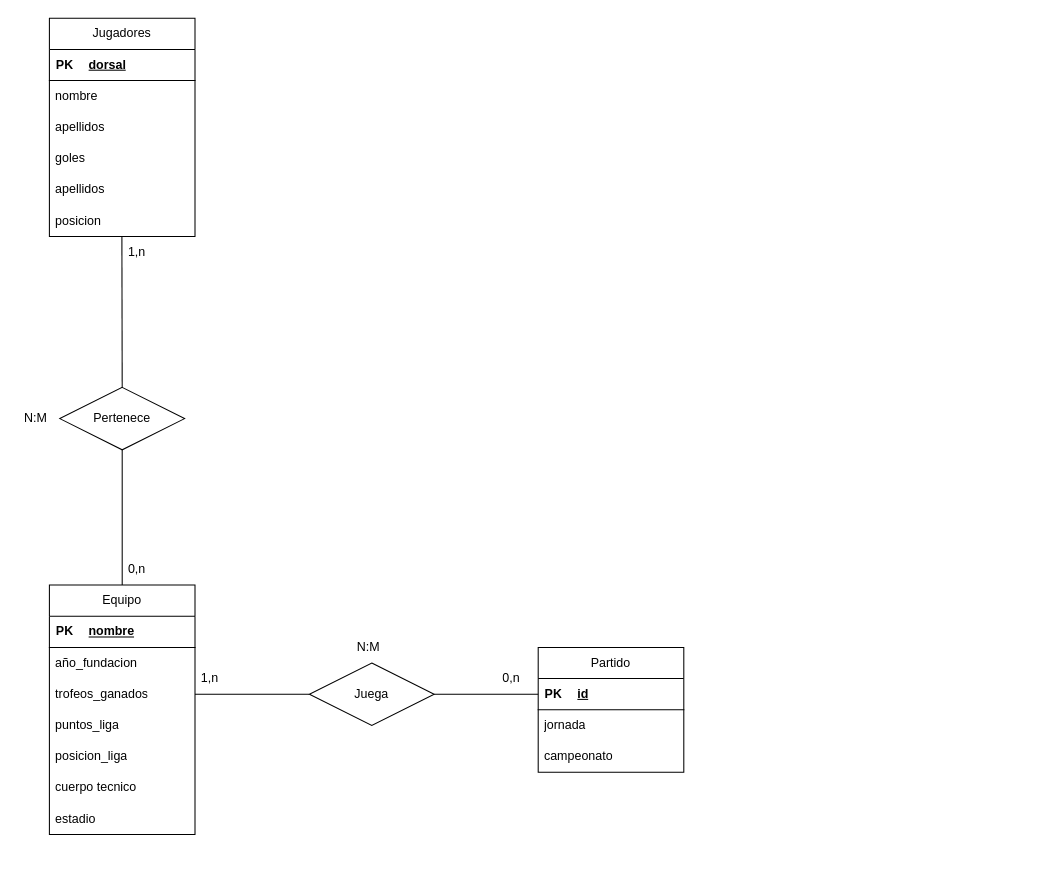
The draw.io diagram Ejercicio10.drawio in Daninuro/diagrames-cvf-dn-mpl-n-11102023, before the edit. Source tidied: cells renumbered, new cells numbered last; positions are measured from the earlier drawing's top-left corner, leaving out a move shared by most shapes. Both pictures are drawn from the tidied source at 104%, with x=0, y=0 at pixel (18, 18).
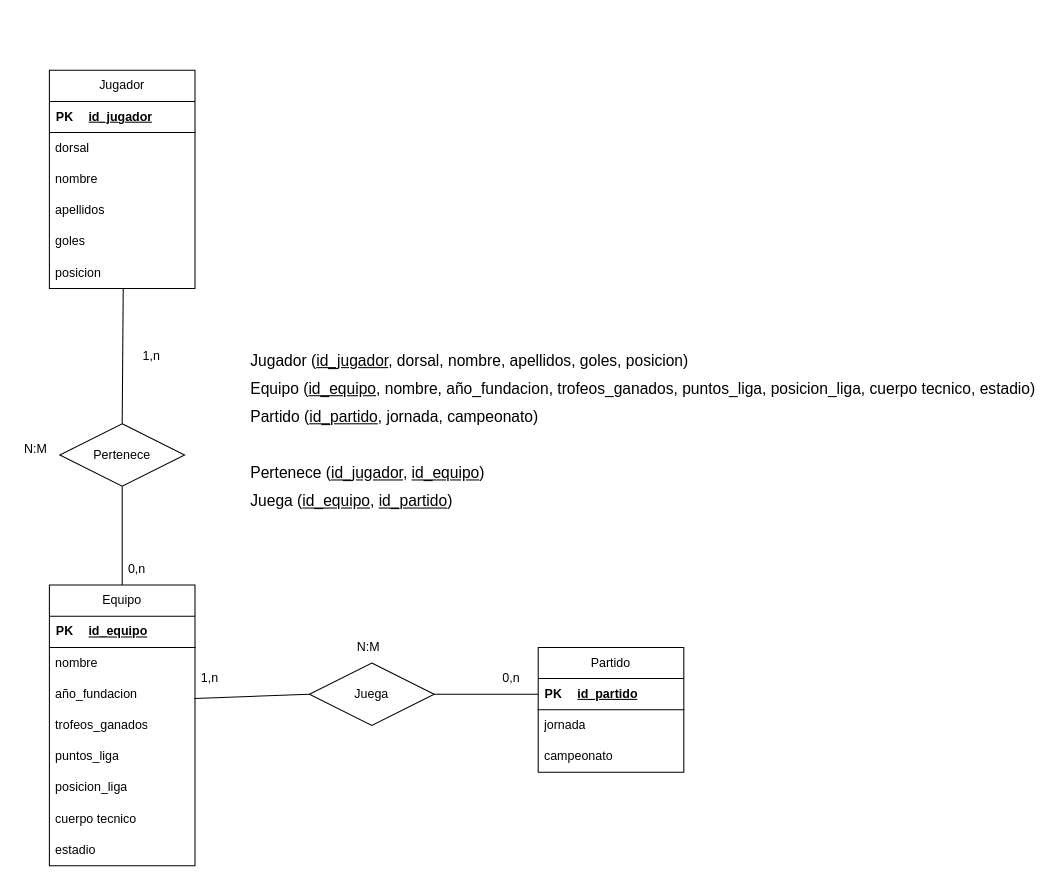
Above is the later version.

The change refers to these unchanged cells:
```xml
<mxCell id="4" style="shape=tableRow;horizontal=0;startSize=0;swimlaneHead=0;swimlaneBody=0;fillColor=none;top=0;left=0;right=0;bottom=1;" parent="3" vertex="1">
  <mxGeometry width="140" height="30" as="geometry" />
</mxCell>
<mxCell id="15" style="shape=tableRow;horizontal=0;startSize=0;swimlaneHead=0;swimlaneBody=0;fillColor=none;top=0;left=0;right=0;bottom=1;" parent="14" vertex="1">
  <mxGeometry width="140" height="30" as="geometry" />
</mxCell>
<mxCell id="22" value="posicion" style="text;strokeColor=none;fillColor=none;align=left;verticalAlign=middle;spacingLeft=4;spacingRight=4;overflow=hidden;points=[[0,0.5],[1,0.5]];portConstraint=eastwest;whiteSpace=wrap;html=1;" parent="13" vertex="1">
  <mxGeometry y="180" width="140" height="30" as="geometry" />
</mxCell>
<mxCell id="25" style="shape=tableRow;horizontal=0;startSize=0;swimlaneHead=0;swimlaneBody=0;fillColor=none;points=[[0,0.5],[1,0.5]];portConstraint=eastwest;top=0;left=0;right=0;bottom=1;" parent="24" vertex="1">
  <mxGeometry width="140" height="30" as="geometry" />
</mxCell>
<mxCell id="36" value="Juega" style="shape=rhombus;perimeter=rhombusPerimeter;whiteSpace=wrap;html=1;align=center;" parent="1" vertex="1">
  <mxGeometry x="280" y="620" width="120" height="60" as="geometry" />
</mxCell>
```

What changed in the source:
```diff
@@
     <mxCell id="2" value="Equipo" style="swimlane;fontStyle=0;horizontal=1;startSize=30;whiteSpace=wrap;html=1;" parent="1" vertex="1">
-      <mxGeometry x="30" y="545" width="140" height="240" as="geometry" />
+      <mxGeometry x="30" y="545" width="140" height="270" as="geometry" />
     </mxCell>
@@
-    <mxCell id="6" value="nombre" style="shape=partialRectangle;fillColor=none;top=0;left=0;bottom=0;right=0;align=left;spacingLeft=6;fontStyle=5;overflow=hidden;whiteSpace=wrap;html=1;" parent="4" vertex="1">
+    <mxCell id="6" value="id_equipo" style="shape=partialRectangle;fillColor=none;top=0;left=0;bottom=0;right=0;align=left;spacingLeft=6;fontStyle=5;overflow=hidden;whiteSpace=wrap;html=1;" parent="4" vertex="1">
       <mxGeometry x="30" width="110" height="30" as="geometry" />
     </mxCell>
+    <mxCell id="42" value="nombre" style="text;strokeColor=none;fillColor=none;align=left;verticalAlign=middle;spacingLeft=4;spacingRight=4;overflow=hidden;whiteSpace=wrap;html=1;" parent="2" vertex="1">
+      <mxGeometry y="60" width="140" height="30" as="geometry" />
+    </mxCell>
     <mxCell id="7" value="año_fundacion" style="text;strokeColor=none;fillColor=none;align=left;verticalAlign=middle;spacingLeft=4;spacingRight=4;overflow=hidden;points=[[0,0.5],[1,0.5]];portConstraint=eastwest;whiteSpace=wrap;html=1;" parent="2" vertex="1">
-      <mxGeometry y="60" width="140" height="30" as="geometry" />
+      <mxGeometry y="90" width="140" height="30" as="geometry" />
     </mxCell>
     <mxCell id="8" value="trofeos_ganados" style="text;strokeColor=none;fillColor=none;align=left;verticalAlign=middle;spacingLeft=4;spacingRight=4;overflow=hidden;points=[[0,0.5],[1,0.5]];portConstraint=eastwest;whiteSpace=wrap;html=1;" parent="2" vertex="1">
-      <mxGeometry y="90" width="140" height="30" as="geometry" />
+      <mxGeometry y="120" width="140" height="30" as="geometry" />
     </mxCell>
     <mxCell id="9" value="puntos_liga" style="text;strokeColor=none;fillColor=none;align=left;verticalAlign=middle;spacingLeft=4;spacingRight=4;overflow=hidden;whiteSpace=wrap;html=1;" parent="2" vertex="1">
-      <mxGeometry y="120" width="140" height="30" as="geometry" />
+      <mxGeometry y="150" width="140" height="30" as="geometry" />
     </mxCell>
     <mxCell id="10" value="posicion_liga" style="text;strokeColor=none;fillColor=none;align=left;verticalAlign=middle;spacingLeft=4;spacingRight=4;overflow=hidden;whiteSpace=wrap;html=1;" parent="2" vertex="1">
-      <mxGeometry y="150" width="140" height="30" as="geometry" />
+      <mxGeometry y="180" width="140" height="30" as="geometry" />
     </mxCell>
     <mxCell id="11" value="cuerpo tecnico" style="text;strokeColor=none;fillColor=none;align=left;verticalAlign=middle;spacingLeft=4;spacingRight=4;overflow=hidden;whiteSpace=wrap;html=1;" parent="2" vertex="1">
-      <mxGeometry y="180" width="140" height="30" as="geometry" />
+      <mxGeometry y="210" width="140" height="30" as="geometry" />
     </mxCell>
     <mxCell id="12" value="estadio" style="text;strokeColor=none;fillColor=none;align=left;verticalAlign=middle;spacingLeft=4;spacingRight=4;overflow=hidden;whiteSpace=wrap;html=1;" parent="2" vertex="1">
-      <mxGeometry y="210" width="140" height="30" as="geometry" />
+      <mxGeometry y="240" width="140" height="30" as="geometry" />
     </mxCell>
-    <mxCell id="13" value="Jugadores" style="swimlane;fontStyle=0;horizontal=1;startSize=30;whiteSpace=wrap;html=1;" parent="1" vertex="1">
-      <mxGeometry x="30" width="140" height="210" as="geometry" />
+    <mxCell id="13" value="Jugador" style="swimlane;fontStyle=0;horizontal=1;startSize=30;whiteSpace=wrap;html=1;" parent="1" vertex="1">
+      <mxGeometry x="30" y="50" width="140" height="210" as="geometry" />
     </mxCell>
@@
-    <mxCell id="17" value="dorsal" style="shape=partialRectangle;fillColor=none;top=0;left=0;bottom=0;right=0;align=left;spacingLeft=6;fontStyle=5;overflow=hidden;whiteSpace=wrap;html=1;" parent="15" vertex="1">
+    <mxCell id="17" value="id_jugador" style="shape=partialRectangle;fillColor=none;top=0;left=0;bottom=0;right=0;align=left;spacingLeft=6;fontStyle=5;overflow=hidden;whiteSpace=wrap;html=1;" parent="15" vertex="1">
       <mxGeometry x="30" width="110" height="30" as="geometry" />
     </mxCell>
+    <mxCell id="43" value="dorsal" style="text;strokeColor=none;fillColor=none;align=left;verticalAlign=middle;spacingLeft=4;spacingRight=4;overflow=hidden;whiteSpace=wrap;html=1;" parent="13" vertex="1">
+      <mxGeometry y="60" width="140" height="30" as="geometry" />
+    </mxCell>
     <mxCell id="18" value="nombre" style="text;strokeColor=none;fillColor=none;align=left;verticalAlign=middle;spacingLeft=4;spacingRight=4;overflow=hidden;whiteSpace=wrap;html=1;" parent="13" vertex="1">
-      <mxGeometry y="60" width="140" height="30" as="geometry" />
+      <mxGeometry y="90" width="140" height="30" as="geometry" />
     </mxCell>
     <mxCell id="19" value="apellidos" style="text;strokeColor=none;fillColor=none;align=left;verticalAlign=middle;spacingLeft=4;spacingRight=4;overflow=hidden;whiteSpace=wrap;html=1;" parent="13" vertex="1">
-      <mxGeometry y="90" width="140" height="30" as="geometry" />
+      <mxGeometry y="120" width="140" height="30" as="geometry" />
     </mxCell>
     <mxCell id="20" value="goles" style="text;strokeColor=none;fillColor=none;align=left;verticalAlign=middle;spacingLeft=4;spacingRight=4;overflow=hidden;whiteSpace=wrap;html=1;" parent="13" vertex="1">
-      <mxGeometry y="120" width="140" height="30" as="geometry" />
+      <mxGeometry y="150" width="140" height="30" as="geometry" />
     </mxCell>
-    <mxCell id="21" value="apellidos" style="text;strokeColor=none;fillColor=none;align=left;verticalAlign=middle;spacingLeft=4;spacingRight=4;overflow=hidden;whiteSpace=wrap;html=1;" parent="13" vertex="1">
-      <mxGeometry y="150" width="140" height="30" as="geometry" />
-    </mxCell>
@@
-    <mxCell id="27" value="id" style="shape=partialRectangle;fillColor=none;top=0;left=0;bottom=0;right=0;align=left;spacingLeft=6;fontStyle=5;overflow=hidden;whiteSpace=wrap;html=1;" parent="25" vertex="1">
+    <mxCell id="27" value="id_partido" style="shape=partialRectangle;fillColor=none;top=0;left=0;bottom=0;right=0;align=left;spacingLeft=6;fontStyle=5;overflow=hidden;whiteSpace=wrap;html=1;" parent="25" vertex="1">
       <mxGeometry x="30" width="110" height="30" as="geometry" />
     </mxCell>
@@
     <mxCell id="30" value="Pertenece" style="shape=rhombus;perimeter=rhombusPerimeter;whiteSpace=wrap;html=1;align=center;" parent="1" vertex="1">
-      <mxGeometry x="40" y="355" width="120" height="60" as="geometry" />
+      <mxGeometry x="40" y="390" width="120" height="60" as="geometry" />
     </mxCell>
-    <mxCell id="31" style="endArrow=none;html=1;rounded=0;exitX=0.5;exitY=0;exitDx=0;exitDy=0;entryX=0.498;entryY=1.005;entryDx=0;entryDy=0;entryPerimeter=0;" parent="1" edge="1" source="30">
-      <mxGeometry relative="1" as="geometry">
-        <mxPoint x="99.7" y="210.1" as="targetPoint" />
-      </mxGeometry>
+    <mxCell id="31" style="endArrow=none;html=1;rounded=0;exitX=0.5;exitY=0;exitDx=0;exitDy=0;entryX=0.507;entryY=1.012;entryDx=0;entryDy=0;entryPerimeter=0;" parent="1" edge="1" source="30" target="22">
+      <mxGeometry relative="1" as="geometry" />
     </mxCell>
@@
     <mxCell id="33" value="N:M" style="text;strokeColor=none;fillColor=none;align=left;verticalAlign=middle;spacingLeft=4;spacingRight=4;overflow=hidden;whiteSpace=wrap;html=1;" parent="1" vertex="1">
-      <mxGeometry y="370" width="40" height="30" as="geometry" />
+      <mxGeometry y="400" width="40" height="30" as="geometry" />
     </mxCell>
     <mxCell id="34" value="1,n" style="text;strokeColor=none;fillColor=none;align=left;verticalAlign=middle;spacingLeft=4;spacingRight=4;overflow=hidden;whiteSpace=wrap;html=1;" parent="1" vertex="1">
-      <mxGeometry x="100" y="210" width="40" height="30" as="geometry" />
+      <mxGeometry x="114" y="310" width="40" height="30" as="geometry" />
     </mxCell>
@@
-    <mxCell id="37" style="endArrow=none;html=1;rounded=0;entryX=1;entryY=0.5;entryDx=0;entryDy=0;exitX=0;exitY=0.5;exitDx=0;exitDy=0;" parent="1" edge="1" source="36" target="8">
+    <mxCell id="37" style="endArrow=none;html=1;rounded=0;entryX=0.996;entryY=0.637;entryDx=0;entryDy=0;exitX=0;exitY=0.5;exitDx=0;exitDy=0;entryPerimeter=0;" parent="1" edge="1" source="36" target="7">
       <mxGeometry relative="1" as="geometry" />
     </mxCell>
@@
+    <mxCell id="44" value="&lt;p style=&quot;line-height: 170%; font-size: 15px;&quot;&gt;&lt;/p&gt;&lt;div style=&quot;text-align: justify; line-height: 180%; font-size: 15px;&quot;&gt;&lt;span style=&quot;background-color: initial;&quot;&gt;&lt;font style=&quot;font-size: 15px;&quot;&gt;Jugador (&lt;u&gt;id_jugador&lt;/u&gt;, dorsal, nombre, apellidos, goles, posicion)&lt;/font&gt;&lt;/span&gt;&lt;/div&gt;&lt;div style=&quot;text-align: justify; line-height: 180%; font-size: 15px;&quot;&gt;&lt;span style=&quot;background-color: initial;&quot;&gt;&lt;font style=&quot;font-size: 15px;&quot;&gt;Equipo (&lt;u&gt;id_equipo&lt;/u&gt;, nombre, año_fundacion, trofeos_ganados, puntos_liga, posicion_liga, cuerpo tecnico, estadio)&lt;/font&gt;&lt;/span&gt;&lt;/div&gt;&lt;div style=&quot;text-align: justify; line-height: 180%; font-size: 15px;&quot;&gt;&lt;span style=&quot;background-color: initial;&quot;&gt;&lt;font style=&quot;font-size: 15px;&quot;&gt;Partido (&lt;u&gt;id_partido&lt;/u&gt;, jornada, campeonato)&lt;/font&gt;&lt;/span&gt;&lt;/div&gt;&lt;div style=&quot;text-align: justify; line-height: 180%; font-size: 15px;&quot;&gt;&lt;font style=&quot;font-size: 15px;&quot;&gt;&lt;br&gt;&lt;/font&gt;&lt;/div&gt;&lt;div style=&quot;text-align: justify; line-height: 180%; font-size: 15px;&quot;&gt;&lt;span style=&quot;background-color: initial;&quot;&gt;&lt;font style=&quot;font-size: 15px;&quot;&gt;Pertenece (&lt;u&gt;id_jugador&lt;/u&gt;, &lt;u&gt;id_equipo&lt;/u&gt;)&lt;/font&gt;&lt;/span&gt;&lt;/div&gt;&lt;div style=&quot;text-align: justify; line-height: 180%; font-size: 15px;&quot;&gt;&lt;span style=&quot;background-color: initial;&quot;&gt;&lt;font style=&quot;font-size: 15px;&quot;&gt;Juega (&lt;u&gt;id_equipo&lt;/u&gt;, &lt;u&gt;id_partido&lt;/u&gt;)&lt;/font&gt;&lt;/span&gt;&lt;/div&gt;&lt;p&gt;&lt;/p&gt;" style="text;html=1;strokeColor=none;fillColor=none;align=center;verticalAlign=middle;whiteSpace=wrap;rounded=0;" parent="1" vertex="1">
+      <mxGeometry x="221" y="310" width="760" height="170" as="geometry" />
+    </mxCell>
```
